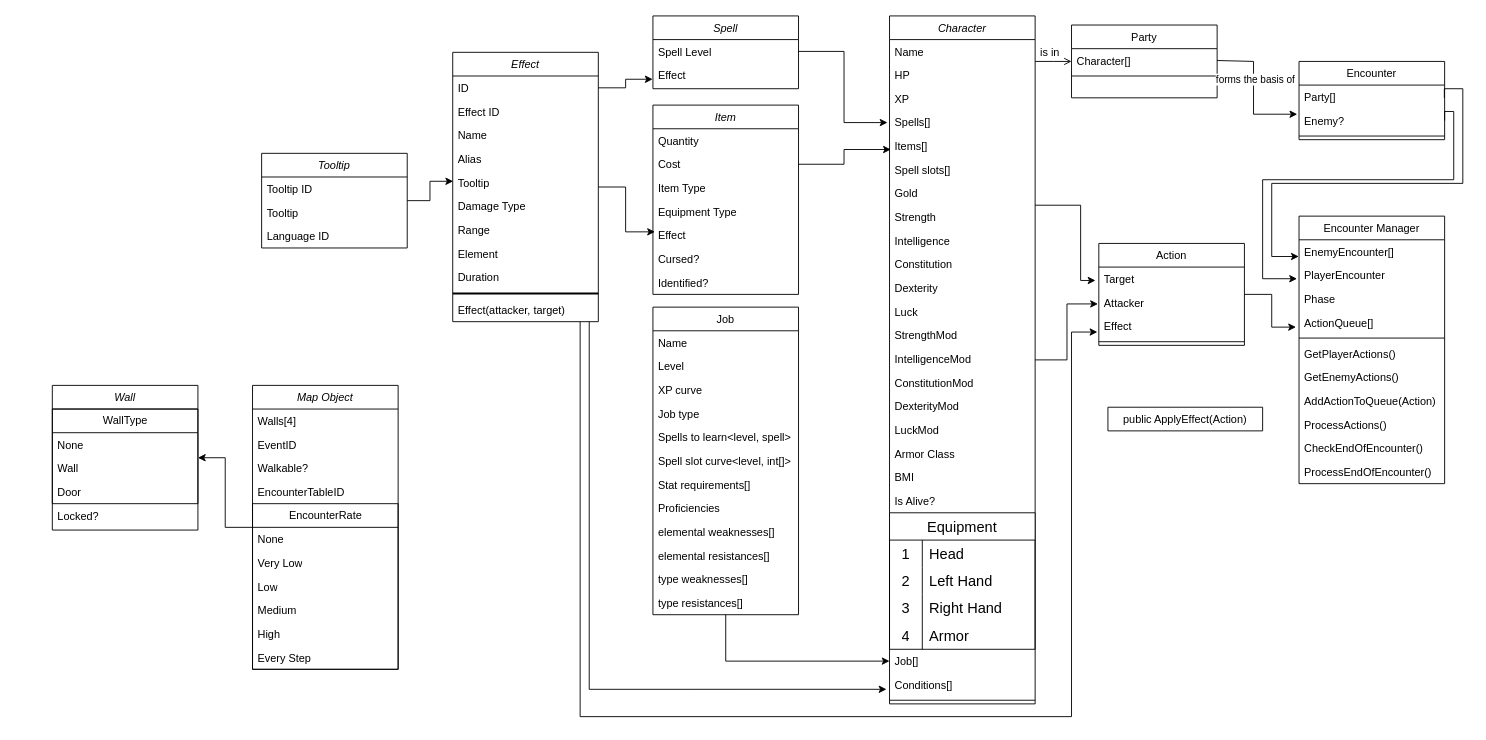
Earlier version of the draw.io diagram page "Page-1" (1 of 2) of classes.drawio (Schir/rpg-backend). Source tidied: cells renumbered, new cells numbered last; positions are measured from the earlier drawing's top-left corner, leaving out a move shared by most shapes. Both pictures are drawn from the tidied source at 91%, with x=0, y=0 at pixel (52, 15).
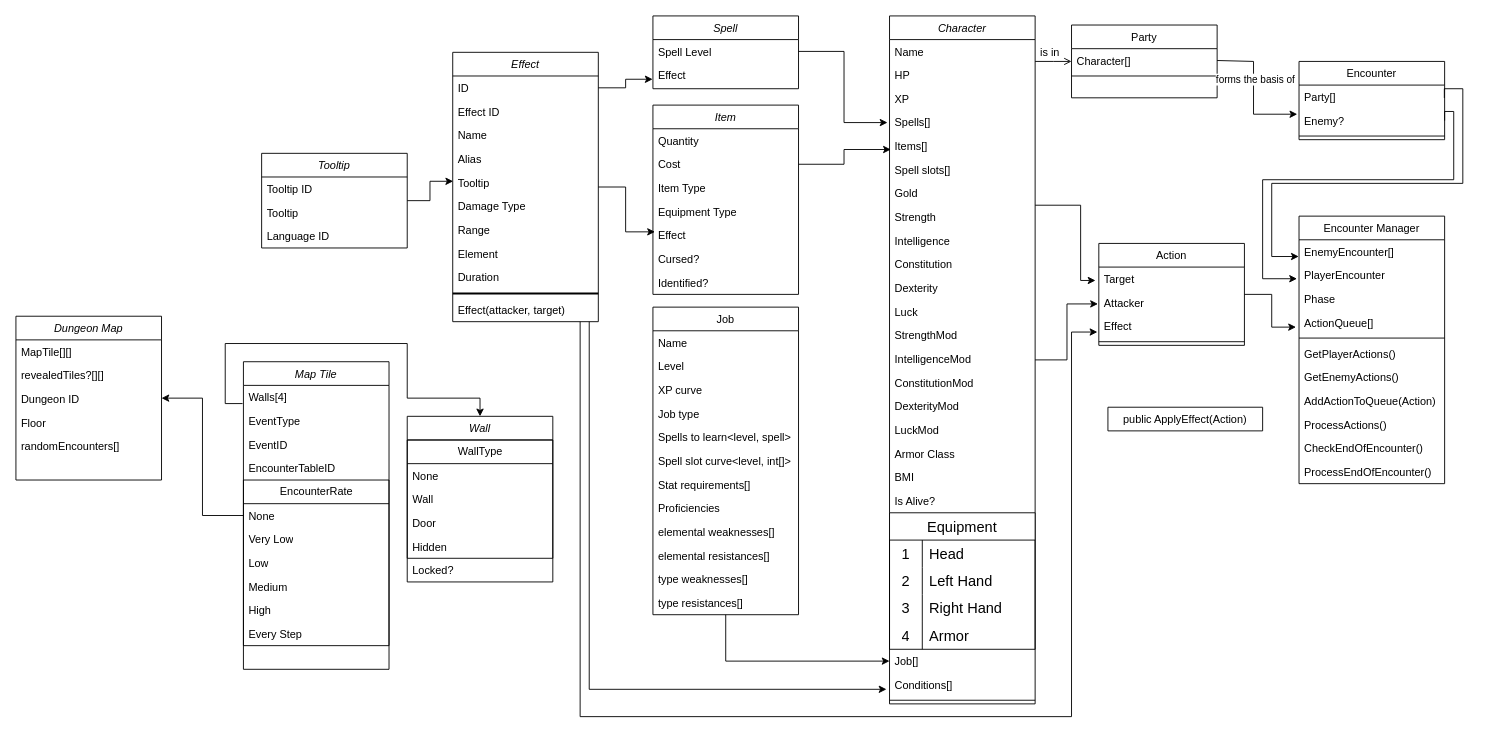
Above is the later version.

Unchanged cells that the change refers to:
```xml
<mxCell id="122" value="Walls[4]" style="text;align=left;verticalAlign=top;spacingLeft=4;spacingRight=4;overflow=hidden;points=[[0,0.5],[1,0.5]];portConstraint=eastwest;rounded=0;shadow=0;html=0;" parent="121" vertex="1">
  <mxGeometry y="26" width="160" height="26" as="geometry" />
</mxCell>
```

Diff of the diagram source:
```diff
@@
-    <mxCell id="120" style="edgeStyle=orthogonalEdgeStyle;rounded=0;jettySize=auto;html=1;" parent="1" edge="1" source="121" target="133">
-      <mxGeometry relative="1" as="geometry" />
+    <mxCell id="120" style="edgeStyle=orthogonalEdgeStyle;rounded=0;jettySize=auto;html=1;exitX=-0.006;exitY=0.769;exitDx=0;exitDy=0;exitPerimeter=0;" parent="1" edge="1" source="122" target="133">
+      <mxGeometry relative="1" as="geometry">
+        <Array as="points">
+          <mxPoint x="190" y="426" />
+          <mxPoint x="190" y="360" />
+          <mxPoint x="390" y="360" />
+          <mxPoint x="390" y="420" />
+          <mxPoint x="470" y="420" />
+        </Array>
+      </mxGeometry>
     </mxCell>
+    <mxCell id="140" style="edgeStyle=orthogonalEdgeStyle;rounded=0;jettySize=auto;html=1;" parent="1" edge="1" source="121" target="143">
+      <mxGeometry relative="1" as="geometry" />
+    </mxCell>
-    <mxCell id="121" value="Map Object" style="swimlane;fontStyle=2;align=center;verticalAlign=top;horizontal=1;startSize=26;rounded=0;shadow=0;strokeWidth=1;" parent="1" vertex="1">
-      <mxGeometry x="220" y="406" width="160" height="312" as="geometry" />
+    <mxCell id="121" value="Map Tile" style="swimlane;fontStyle=2;align=center;verticalAlign=top;horizontal=1;startSize=26;rounded=0;shadow=0;strokeWidth=1;" parent="1" vertex="1">
+      <mxGeometry x="210" y="380" width="160" height="338" as="geometry" />
     </mxCell>
@@
+    <mxCell id="141" value="EventType" style="text;align=left;verticalAlign=top;spacingLeft=4;spacingRight=4;overflow=hidden;rounded=0;shadow=0;html=0;" parent="121" vertex="1">
+      <mxGeometry y="52" width="160" height="26" as="geometry" />
+    </mxCell>
     <mxCell id="123" value="EventID" style="text;align=left;verticalAlign=top;spacingLeft=4;spacingRight=4;overflow=hidden;rounded=0;shadow=0;html=0;" parent="121" vertex="1">
-      <mxGeometry y="52" width="160" height="26" as="geometry" />
+      <mxGeometry y="78" width="160" height="26" as="geometry" />
     </mxCell>
-    <mxCell id="124" value="Walkable?" style="text;align=left;verticalAlign=top;spacingLeft=4;spacingRight=4;overflow=hidden;rounded=0;shadow=0;html=0;" parent="121" vertex="1">
-      <mxGeometry y="78" width="160" height="26" as="geometry" />
-    </mxCell>
@@
     <mxCell id="133" value="Wall " style="swimlane;fontStyle=2;align=center;verticalAlign=top;horizontal=1;startSize=26;rounded=0;shadow=0;strokeWidth=1;" parent="1" vertex="1">
-      <mxGeometry y="406" width="160" height="159" as="geometry" />
+      <mxGeometry x="390" y="440" width="160" height="182" as="geometry" />
     </mxCell>
     <mxCell id="134" value="WallType" style="swimlane;fontStyle=0;horizontal=1;startSize=26;fillColor=none;html=1;" parent="133" vertex="1">
-      <mxGeometry y="26" width="160" height="104" as="geometry" />
+      <mxGeometry y="26" width="160" height="130" as="geometry" />
     </mxCell>
@@
+    <mxCell id="142" value="Hidden" style="text;strokeColor=none;fillColor=none;align=left;verticalAlign=top;spacingLeft=4;spacingRight=4;overflow=hidden;whiteSpace=wrap;html=1;" parent="134" vertex="1">
+      <mxGeometry y="104" width="160" height="26" as="geometry" />
+    </mxCell>
     <mxCell id="138" value="Locked?" style="text;align=left;verticalAlign=top;spacingLeft=4;spacingRight=4;overflow=hidden;rounded=0;shadow=0;html=0;" parent="133" vertex="1">
-      <mxGeometry y="130" width="160" height="26" as="geometry" />
+      <mxGeometry y="156" width="160" height="26" as="geometry" />
     </mxCell>
@@
+    <mxCell id="143" value="Dungeon Map" style="swimlane;fontStyle=2;align=center;verticalAlign=top;horizontal=1;startSize=26;rounded=0;shadow=0;strokeWidth=1;" parent="1" vertex="1">
+      <mxGeometry x="-40" y="330" width="160" height="180" as="geometry" />
+    </mxCell>
+    <mxCell id="144" value="MapTile[][]" style="text;align=left;verticalAlign=top;spacingLeft=4;spacingRight=4;overflow=hidden;rounded=0;shadow=0;html=0;" parent="143" vertex="1">
+      <mxGeometry y="26" width="160" height="26" as="geometry" />
+    </mxCell>
+    <mxCell id="145" value="revealedTiles?[][]" style="text;align=left;verticalAlign=top;spacingLeft=4;spacingRight=4;overflow=hidden;rounded=0;shadow=0;html=0;" parent="143" vertex="1">
+      <mxGeometry y="52" width="160" height="26" as="geometry" />
+    </mxCell>
+    <mxCell id="146" value="Dungeon ID" style="text;align=left;verticalAlign=top;spacingLeft=4;spacingRight=4;overflow=hidden;rounded=0;shadow=0;html=0;" parent="143" vertex="1">
+      <mxGeometry y="78" width="160" height="26" as="geometry" />
+    </mxCell>
+    <mxCell id="147" value="Floor" style="text;align=left;verticalAlign=top;spacingLeft=4;spacingRight=4;overflow=hidden;rounded=0;shadow=0;html=0;" parent="143" vertex="1">
+      <mxGeometry y="104" width="160" height="26" as="geometry" />
+    </mxCell>
+    <mxCell id="148" value="randomEncounters[]" style="text;align=left;verticalAlign=top;spacingLeft=4;spacingRight=4;overflow=hidden;rounded=0;shadow=0;html=0;" parent="143" vertex="1">
+      <mxGeometry y="130" width="160" height="26" as="geometry" />
+    </mxCell>
```
